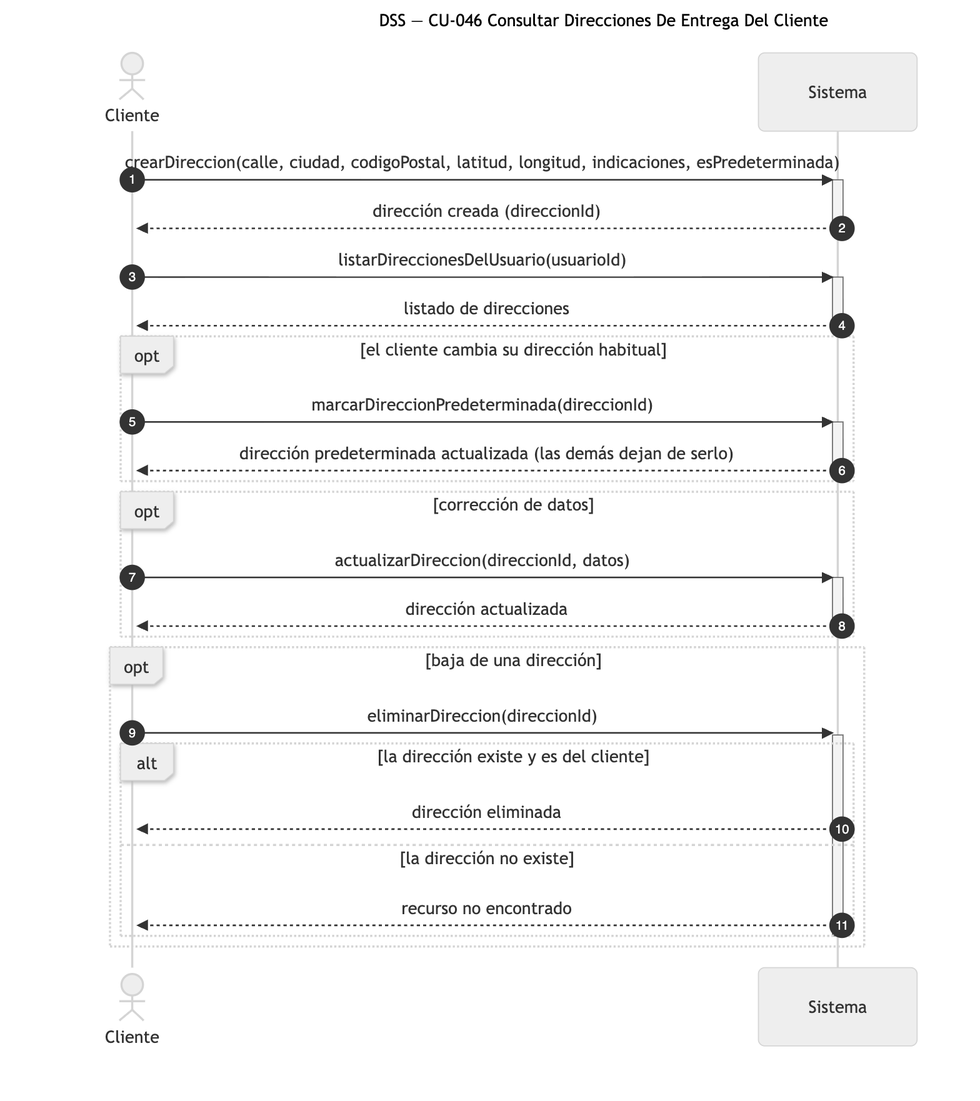
Earlier version of the Mermaid export diagramas/png/DSS_CU-046_Consultar-Direcciones-De-Entrega-Del-Cliente.png (Nahuelito-Dev/splg-docs). Its source is kept beside it as diagramas/DSS_CU-046_Consultar-Direcciones-De-Entrega-Del-Cliente.mmd.
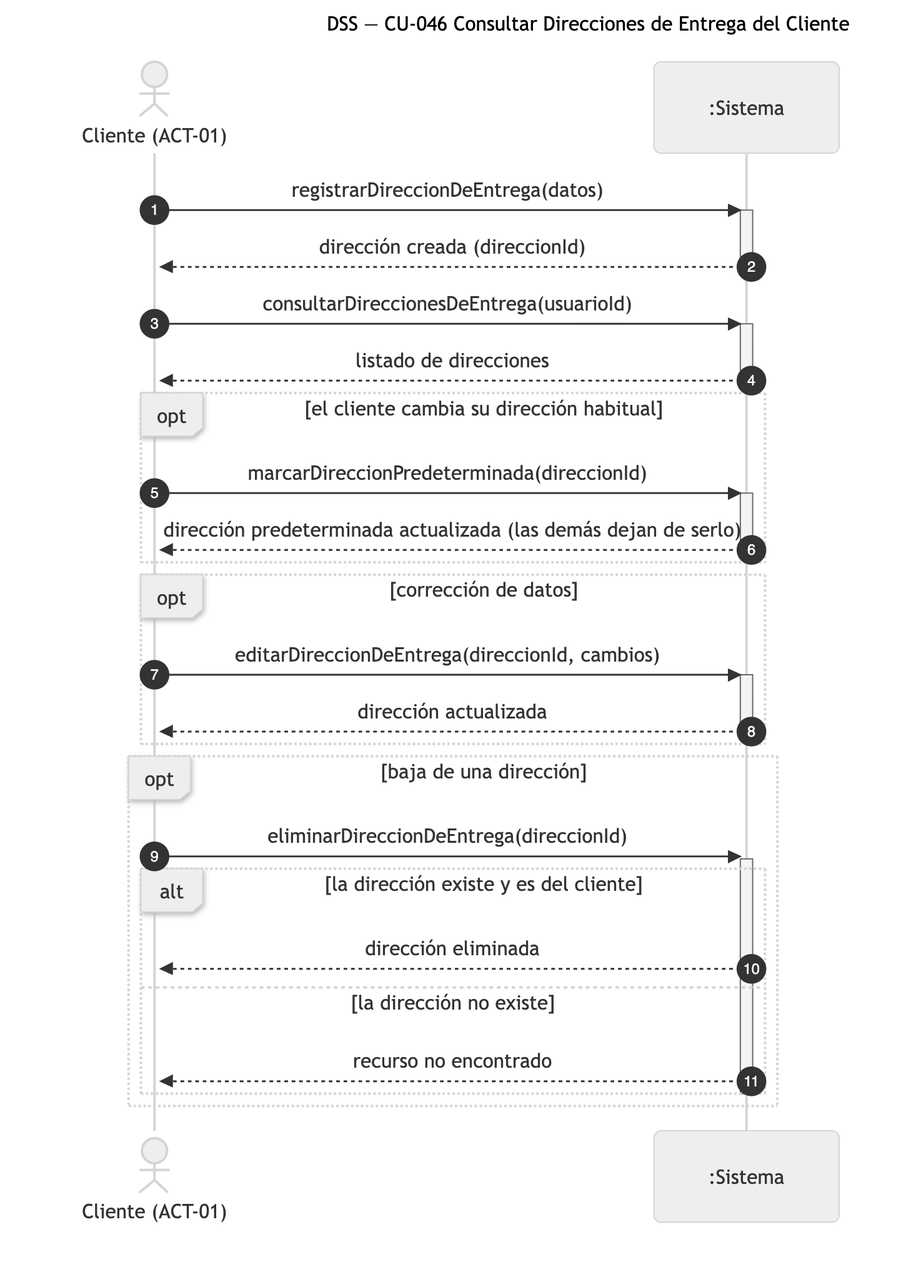
The same file after the commit.

The edit, as a diff of the source:
```diff
@@ -1,15 +1,15 @@
 sequenceDiagram
-    title DSS — CU-046 Consultar Direcciones De Entrega Del Cliente
+    title DSS — CU-046 Consultar Direcciones de Entrega del Cliente
     autonumber
-    actor CLI as Cliente
-    participant SIS as Sistema
+    actor CLI as Cliente (ACT-01)
+    participant SIS as :Sistema
 
-    CLI->>SIS: crearDireccion(calle, ciudad, codigoPostal, latitud, longitud, indicaciones, esPredeterminada)
+    CLI->>SIS: registrarDireccionDeEntrega(datos)
     activate SIS
     SIS-->>CLI: dirección creada (direccionId)
     deactivate SIS
 
-    CLI->>SIS: listarDireccionesDelUsuario(usuarioId)
+    CLI->>SIS: consultarDireccionesDeEntrega(usuarioId)
     activate SIS
     SIS-->>CLI: listado de direcciones
     deactivate SIS
@@ -22,14 +22,14 @@
     end
 
     opt corrección de datos
-        CLI->>SIS: actualizarDireccion(direccionId, datos)
+        CLI->>SIS: editarDireccionDeEntrega(direccionId, cambios)
         activate SIS
         SIS-->>CLI: dirección actualizada
         deactivate SIS
     end
 
     opt baja de una dirección
-        CLI->>SIS: eliminarDireccion(direccionId)
+        CLI->>SIS: eliminarDireccionDeEntrega(direccionId)
         activate SIS
         alt la dirección existe y es del cliente
             SIS-->>CLI: dirección eliminada
```
